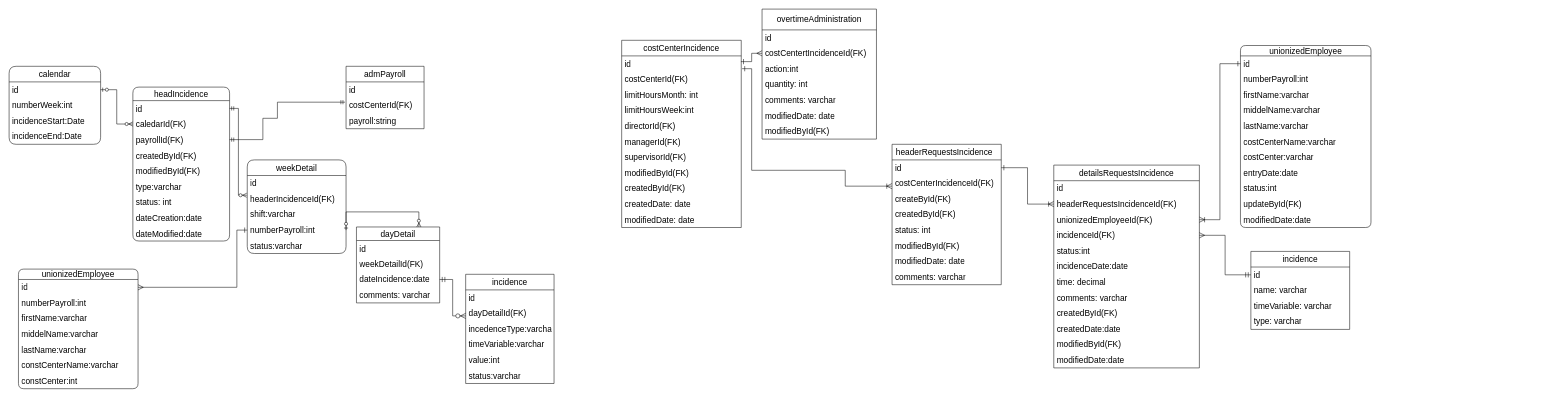
Before: page "Page-RelationalDiagram" (1 of 2) of Untitled Diagram.drawio in SocorroGC30/prueba3, a draw.io diagram. Source tidied: cells renumbered, new cells numbered last; positions are measured from the earlier drawing's top-left corner, leaving out a move shared by most shapes. Both pictures are drawn from the tidied source at 52%, with x=0, y=0 at pixel (9, 9).
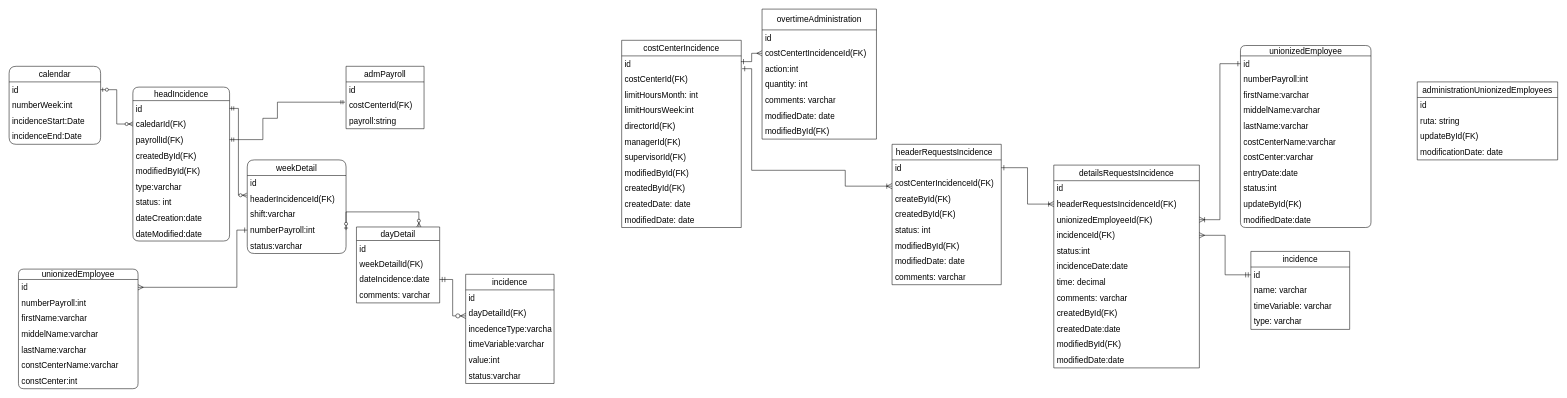
Above is the later version.

What changed in the source:
```diff
@@
+    <mxCell id="117" value="administrationUnionizedEmployees" style="swimlane;fontStyle=0;horizontal=1;startSize=30;whiteSpace=wrap;html=1;fontSize=16;" parent="1" vertex="1">
+      <mxGeometry x="2708" y="140" width="270" height="150" as="geometry" />
+    </mxCell>
+    <mxCell id="118" value="id" style="text;strokeColor=none;fillColor=none;align=left;verticalAlign=middle;spacingLeft=4;spacingRight=4;overflow=hidden;whiteSpace=wrap;html=1;fontSize=16;" parent="117" vertex="1">
+      <mxGeometry y="30" width="270" height="30" as="geometry" />
+    </mxCell>
+    <mxCell id="119" value="ruta: string&amp;nbsp;" style="text;strokeColor=none;fillColor=none;align=left;verticalAlign=middle;spacingLeft=4;spacingRight=4;overflow=hidden;whiteSpace=wrap;html=1;fontSize=16;" parent="117" vertex="1">
+      <mxGeometry y="60" width="270" height="30" as="geometry" />
+    </mxCell>
+    <mxCell id="120" value="updateById(FK)" style="text;strokeColor=none;fillColor=none;align=left;verticalAlign=middle;spacingLeft=4;spacingRight=4;overflow=hidden;whiteSpace=wrap;html=1;fontSize=16;" parent="117" vertex="1">
+      <mxGeometry y="90" width="270" height="30" as="geometry" />
+    </mxCell>
+    <mxCell id="121" value="modificationDate: date&amp;nbsp;" style="text;strokeColor=none;fillColor=none;align=left;verticalAlign=middle;spacingLeft=4;spacingRight=4;overflow=hidden;whiteSpace=wrap;html=1;fontSize=16;" parent="117" vertex="1">
+      <mxGeometry y="120" width="270" height="30" as="geometry" />
+    </mxCell>
```
